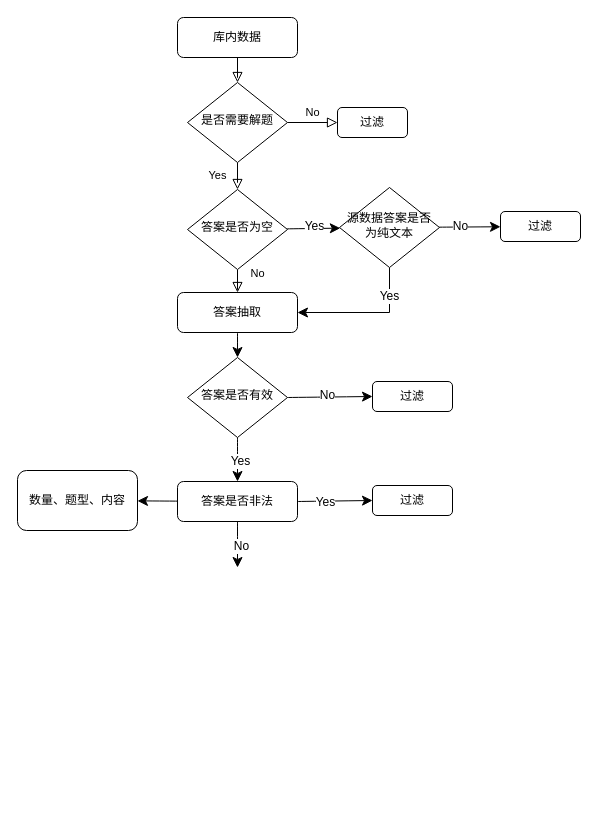
This is pics/t.drawio from QinHsiu/plot_demo, a draw.io file, before an edit. Source tidied: cells renumbered, new cells numbered last; positions are measured from the earlier drawing's top-left corner, leaving out a move shared by most shapes. Both pictures are drawn from the tidied source at 100%, with x=0, y=0 at pixel (17, 17).
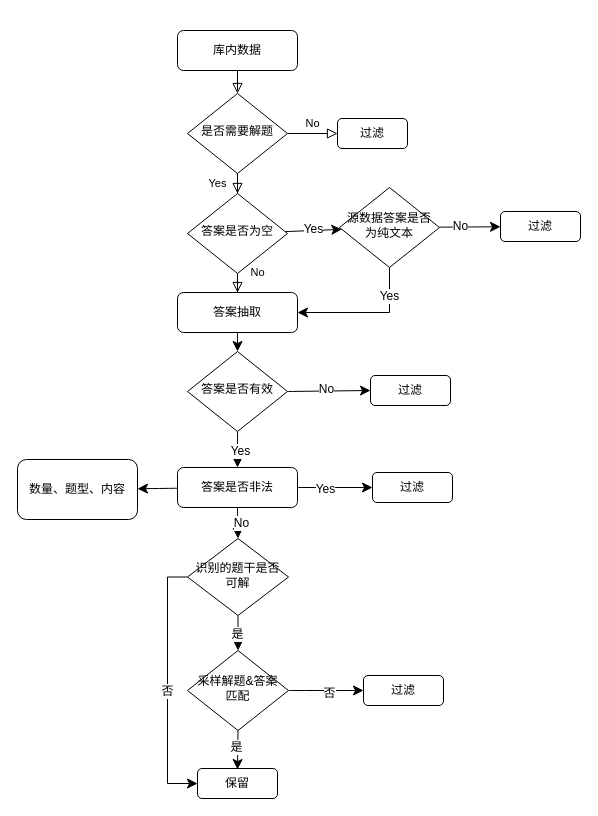
The same page after the edit.

The edit, as a diff of the source:
```diff
@@
     <mxCell id="3" value="库内数据" style="rounded=1;whiteSpace=wrap;html=1;fontSize=12;glass=0;strokeWidth=1;shadow=0;" parent="1" vertex="1">
-      <mxGeometry x="160" width="120" height="40" as="geometry" />
+      <mxGeometry x="160" y="13" width="120" height="40" as="geometry" />
     </mxCell>
@@
     <mxCell id="6" value="是否需要解题" style="rhombus;whiteSpace=wrap;html=1;shadow=0;fontFamily=Helvetica;fontSize=12;align=center;strokeWidth=1;spacing=6;spacingTop=-4;" parent="1" vertex="1">
-      <mxGeometry x="170" y="65" width="100" height="80" as="geometry" />
+      <mxGeometry x="170" y="76" width="100" height="80" as="geometry" />
     </mxCell>
     <mxCell id="7" value="过滤" style="rounded=1;whiteSpace=wrap;html=1;fontSize=12;glass=0;strokeWidth=1;shadow=0;" parent="1" vertex="1">
-      <mxGeometry x="320" y="90" width="70" height="30" as="geometry" />
+      <mxGeometry x="320" y="101" width="70" height="30" as="geometry" />
     </mxCell>
@@
     <mxCell id="11" value="答案是否为空" style="rhombus;whiteSpace=wrap;html=1;shadow=0;fontFamily=Helvetica;fontSize=12;align=center;strokeWidth=1;spacing=6;spacingTop=-4;" parent="1" vertex="1">
-      <mxGeometry x="170" y="172" width="100" height="80" as="geometry" />
+      <mxGeometry x="170" y="176" width="100" height="80" as="geometry" />
     </mxCell>
@@
     <mxCell id="24" value="答案是否有效" style="rhombus;whiteSpace=wrap;html=1;shadow=0;fontFamily=Helvetica;fontSize=12;align=center;strokeWidth=1;spacing=6;spacingTop=-4;" parent="1" vertex="1">
-      <mxGeometry x="170" y="340" width="100" height="80" as="geometry" />
+      <mxGeometry x="170" y="334" width="100" height="80" as="geometry" />
     </mxCell>
     <mxCell id="25" value="过滤" style="rounded=1;whiteSpace=wrap;html=1;" parent="1" vertex="1">
-      <mxGeometry x="355" y="364" width="80" height="30" as="geometry" />
+      <mxGeometry x="353" y="358" width="80" height="30" as="geometry" />
     </mxCell>
@@
-    <mxCell id="28" style="edgeStyle=none;curved=1;rounded=0;jettySize=auto;html=1;exitX=0.5;exitY=1;exitDx=0;exitDy=0;fontSize=12;startSize=8;endSize=8;" parent="1" edge="1" source="31">
-      <mxGeometry relative="1" as="geometry">
-        <mxPoint x="220" y="550" as="targetPoint" />
-      </mxGeometry>
+    <mxCell id="28" style="edgeStyle=none;curved=1;rounded=0;jettySize=auto;html=1;exitX=0.5;exitY=1;exitDx=0;exitDy=0;fontSize=12;startSize=8;endSize=8;entryX=0.5;entryY=0;entryDx=0;entryDy=0;" parent="1" edge="1" source="31" target="38">
+      <mxGeometry relative="1" as="geometry" />
     </mxCell>
@@
     <mxCell id="31" value="答案是否非法" style="rounded=1;whiteSpace=wrap;html=1;fontSize=12;glass=0;strokeWidth=1;shadow=0;" parent="1" vertex="1">
-      <mxGeometry x="160" y="464" width="120" height="40" as="geometry" />
+      <mxGeometry x="160" y="450" width="120" height="40" as="geometry" />
     </mxCell>
     <mxCell id="32" value="过滤" style="rounded=1;whiteSpace=wrap;html=1;" parent="1" vertex="1">
-      <mxGeometry x="355" y="468" width="80" height="30" as="geometry" />
+      <mxGeometry x="355" y="455" width="80" height="30" as="geometry" />
     </mxCell>
     <mxCell id="33" value="数量、题型、内容" style="whiteSpace=wrap;html=1;rounded=1;glass=0;strokeWidth=1;shadow=0;" parent="1" vertex="1">
-      <mxGeometry y="453" width="120" height="60" as="geometry" />
+      <mxGeometry y="442" width="120" height="60" as="geometry" />
     </mxCell>
+    <mxCell id="34" style="rounded=0;jettySize=auto;html=1;fontSize=12;startSize=8;endSize=8;exitX=0;exitY=0.5;exitDx=0;exitDy=0;entryX=0;entryY=0.5;entryDx=0;entryDy=0;edgeStyle=orthogonalEdgeStyle;" parent="1" edge="1" source="38" target="45">
+      <mxGeometry relative="1" as="geometry" />
+    </mxCell>
+    <mxCell id="35" value="否" style="edgeLabel;html=1;align=center;verticalAlign=middle;fontSize=12;" parent="34" vertex="1">
+      <mxGeometry x="0.06" y="-1" relative="1" as="geometry">
+        <mxPoint y="-2" as="offset" />
+      </mxGeometry>
+    </mxCell>
+    <mxCell id="36" style="edgeStyle=none;curved=1;rounded=0;jettySize=auto;html=1;exitX=0.5;exitY=1;exitDx=0;exitDy=0;fontSize=12;startSize=8;endSize=8;entryX=0.5;entryY=0;entryDx=0;entryDy=0;" parent="1" edge="1" source="38" target="41">
+      <mxGeometry relative="1" as="geometry" />
+    </mxCell>
+    <mxCell id="37" value="是" style="edgeLabel;html=1;align=center;verticalAlign=middle;fontSize=12;" parent="36" vertex="1">
+      <mxGeometry x="0.04" y="-1" relative="1" as="geometry" />
+    </mxCell>
+    <mxCell id="38" value="识别的题干是否可解" style="rhombus;whiteSpace=wrap;html=1;shadow=0;fontFamily=Helvetica;fontSize=12;align=center;strokeWidth=1;spacing=6;spacingTop=-4;" parent="1" vertex="1">
+      <mxGeometry x="170" y="521" width="101" height="77" as="geometry" />
+    </mxCell>
+    <mxCell id="39" style="edgeStyle=none;curved=1;rounded=0;jettySize=auto;html=1;exitX=0.5;exitY=1;exitDx=0;exitDy=0;fontSize=12;startSize=8;endSize=8;entryX=0.5;entryY=0;entryDx=0;entryDy=0;" parent="1" edge="1" source="41">
+      <mxGeometry relative="1" as="geometry">
+        <mxPoint x="220" y="752" as="targetPoint" />
+      </mxGeometry>
+    </mxCell>
+    <mxCell id="40" value="是" style="edgeLabel;html=1;align=center;verticalAlign=middle;fontSize=12;" parent="39" vertex="1">
+      <mxGeometry x="-0.13" y="-2" relative="1" as="geometry" />
+    </mxCell>
+    <mxCell id="41" value="采样解题&amp;amp;答案匹配" style="rhombus;whiteSpace=wrap;html=1;shadow=0;fontFamily=Helvetica;fontSize=12;align=center;strokeWidth=1;spacing=6;spacingTop=-4;" parent="1" vertex="1">
+      <mxGeometry x="170" y="633" width="101" height="80" as="geometry" />
+    </mxCell>
+    <mxCell id="42" style="edgeStyle=none;curved=1;rounded=0;jettySize=auto;html=1;fontSize=12;startSize=8;endSize=8;exitX=1;exitY=0.5;exitDx=0;exitDy=0;entryX=0;entryY=0.5;entryDx=0;entryDy=0;" parent="1" edge="1" source="41" target="44">
+      <mxGeometry relative="1" as="geometry" />
+    </mxCell>
+    <mxCell id="43" value="否" style="edgeLabel;html=1;align=center;verticalAlign=middle;fontSize=12;" parent="42" vertex="1">
+      <mxGeometry x="0.06" y="-1" relative="1" as="geometry">
+        <mxPoint y="1" as="offset" />
+      </mxGeometry>
+    </mxCell>
+    <mxCell id="44" value="过滤" style="rounded=1;whiteSpace=wrap;html=1;" parent="1" vertex="1">
+      <mxGeometry x="346" y="658" width="80" height="30" as="geometry" />
+    </mxCell>
+    <mxCell id="45" value="保留" style="rounded=1;whiteSpace=wrap;html=1;" parent="1" vertex="1">
+      <mxGeometry x="180" y="751" width="80" height="30" as="geometry" />
+    </mxCell>
```
